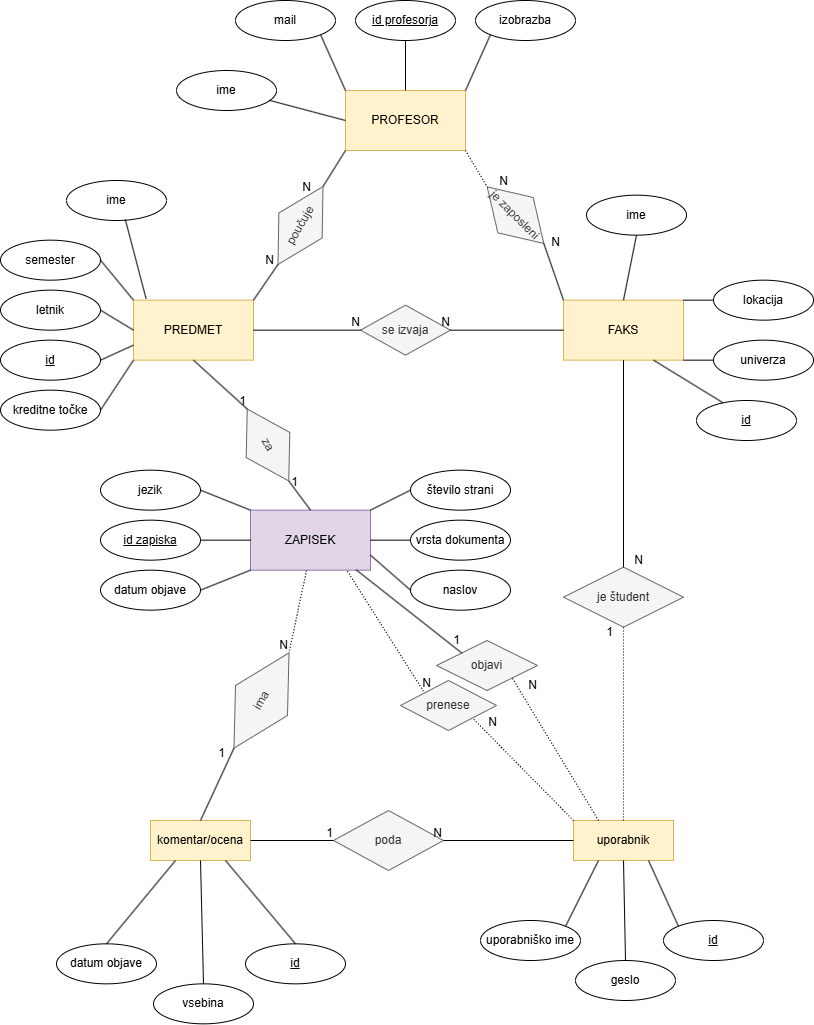
zivakurez/OPB-izmenjevalnica_zapiskov keeps this draw.io diagram as projektna_zapiski.png. Above is the earlier version. Source tidied: cells renumbered, new cells last; positions are measured from the earlier drawing's top-left corner, leaving out a move shared by most shapes.
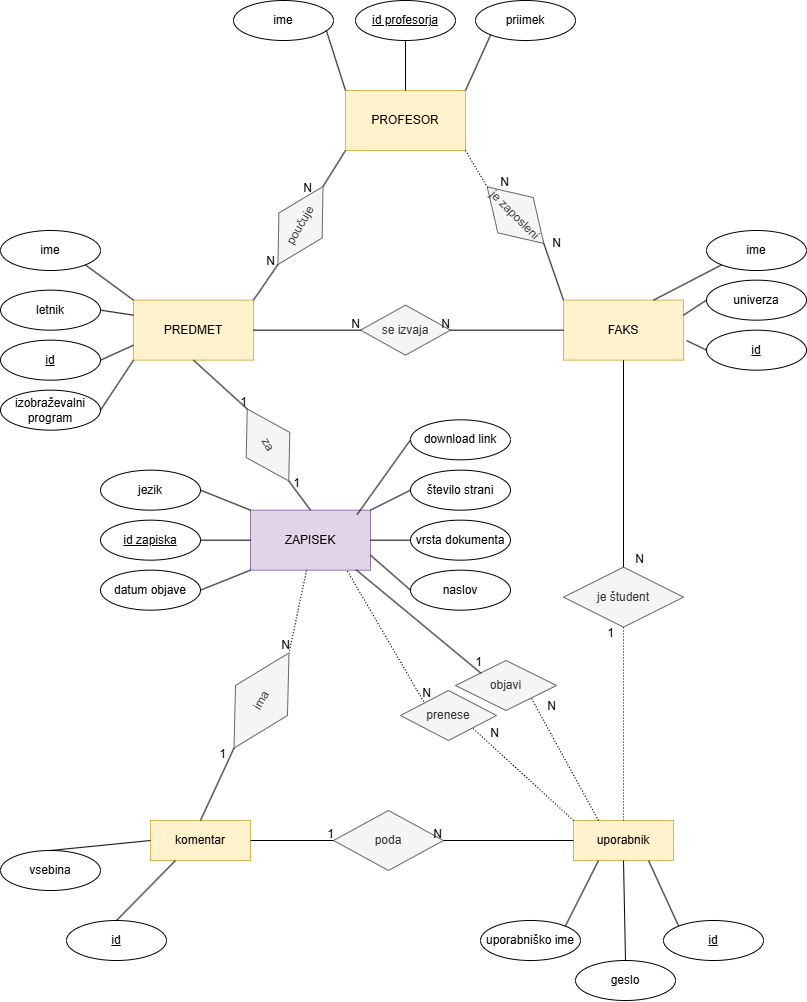
After the commit.

Commit message:
popravljen ER diagram

The edit, as a diff of the source:
```diff
@@ -38,9 +38,6 @@
     <mxCell id="13" style="endArrow=none;html=1;rounded=0;exitX=1;exitY=0;exitDx=0;exitDy=0;entryX=0;entryY=0.5;entryDx=0;entryDy=0;" parent="1" edge="1" source="2" target="7">
       <mxGeometry relative="1" as="geometry" />
     </mxCell>
-    <mxCell id="14" value="semester" style="ellipse;whiteSpace=wrap;html=1;align=center;" parent="1" vertex="1">
-      <mxGeometry y="239.7" width="100" height="40" as="geometry" />
-    </mxCell>
     <mxCell id="15" value="letnik" style="ellipse;whiteSpace=wrap;html=1;align=center;" parent="1" vertex="1">
       <mxGeometry y="289.7" width="100" height="40" as="geometry" />
     </mxCell>
@@ -81,18 +78,12 @@
     <mxCell id="26" value="N" style="html=1;whiteSpace=wrap;align=right;verticalAlign=bottom;" parent="25" vertex="1">
       <mxGeometry x="1" relative="1" as="geometry" />
     </mxCell>
-    <mxCell id="27" value="mail" style="ellipse;whiteSpace=wrap;html=1;align=center;" parent="1" vertex="1">
-      <mxGeometry x="235" width="100" height="40" as="geometry" />
-    </mxCell>
     <mxCell id="28" value="id profesorja" style="ellipse;whiteSpace=wrap;html=1;align=center;fontStyle=4;" parent="1" vertex="1">
       <mxGeometry x="355" width="100" height="40" as="geometry" />
     </mxCell>
-    <mxCell id="29" value="izobrazba" style="ellipse;whiteSpace=wrap;html=1;align=center;" parent="1" vertex="1">
+    <mxCell id="29" value="priimek" style="ellipse;whiteSpace=wrap;html=1;align=center;" parent="1" vertex="1">
       <mxGeometry x="475" width="100" height="40" as="geometry" />
     </mxCell>
-    <mxCell id="30" style="endArrow=none;html=1;rounded=0;exitX=1;exitY=1;exitDx=0;exitDy=0;entryX=0;entryY=0;entryDx=0;entryDy=0;" parent="1" edge="1" source="27" target="4">
-      <mxGeometry relative="1" as="geometry" />
-    </mxCell>
     <mxCell id="31" style="endArrow=none;html=1;rounded=0;exitX=0.5;exitY=1;exitDx=0;exitDy=0;entryX=0.5;entryY=0;entryDx=0;entryDy=0;" parent="1" edge="1" source="28" target="4">
       <mxGeometry relative="1" as="geometry" />
     </mxCell>
@@ -102,28 +93,19 @@
     <mxCell id="33" style="endArrow=none;html=1;rounded=0;exitX=1;exitY=0.5;exitDx=0;exitDy=0;entryX=0;entryY=0.75;entryDx=0;entryDy=0;" parent="1" edge="1" source="16" target="3">
       <mxGeometry relative="1" as="geometry" />
     </mxCell>
-    <mxCell id="34" style="endArrow=none;html=1;rounded=0;exitX=1;exitY=0.5;exitDx=0;exitDy=0;entryX=0;entryY=0.5;entryDx=0;entryDy=0;" parent="1" edge="1" source="15" target="3">
+    <mxCell id="34" style="endArrow=none;html=1;rounded=0;exitX=1;exitY=0.5;exitDx=0;exitDy=0;entryX=0;entryY=0.25;entryDx=0;entryDy=0;" parent="1" edge="1" source="15" target="3">
       <mxGeometry relative="1" as="geometry" />
     </mxCell>
-    <mxCell id="35" value="kreditne točke" style="ellipse;whiteSpace=wrap;html=1;align=center;" parent="1" vertex="1">
+    <mxCell id="35" value="izobraževalni program" style="ellipse;whiteSpace=wrap;html=1;align=center;" parent="1" vertex="1">
       <mxGeometry y="389.7" width="100" height="40" as="geometry" />
     </mxCell>
     <mxCell id="36" style="endArrow=none;html=1;rounded=0;entryX=0;entryY=1;entryDx=0;entryDy=0;exitX=1;exitY=0.5;exitDx=0;exitDy=0;" parent="1" edge="1" source="35" target="3">
       <mxGeometry relative="1" as="geometry" />
     </mxCell>
-    <mxCell id="37" style="endArrow=none;html=1;rounded=0;exitX=1;exitY=0.5;exitDx=0;exitDy=0;entryX=0;entryY=0;entryDx=0;entryDy=0;" parent="1" edge="1" source="14" target="3">
-      <mxGeometry relative="1" as="geometry" />
-    </mxCell>
-    <mxCell id="38" value="lokacija" style="ellipse;whiteSpace=wrap;html=1;align=center;" parent="1" vertex="1">
-      <mxGeometry x="713" y="279.7" width="100" height="40" as="geometry" />
-    </mxCell>
     <mxCell id="39" value="univerza" style="ellipse;whiteSpace=wrap;html=1;align=center;" parent="1" vertex="1">
-      <mxGeometry x="713" y="339.7" width="100" height="40" as="geometry" />
+      <mxGeometry x="706" y="279.7" width="100" height="40" as="geometry" />
     </mxCell>
-    <mxCell id="40" style="endArrow=none;html=1;rounded=0;exitX=1;exitY=0;exitDx=0;exitDy=0;entryX=0;entryY=0.5;entryDx=0;entryDy=0;" parent="1" edge="1" source="5" target="38">
-      <mxGeometry relative="1" as="geometry" />
-    </mxCell>
-    <mxCell id="41" style="endArrow=none;html=1;rounded=0;exitX=1;exitY=1;exitDx=0;exitDy=0;entryX=0;entryY=0.5;entryDx=0;entryDy=0;" parent="1" edge="1" source="5" target="39">
+    <mxCell id="41" style="endArrow=none;html=1;rounded=0;exitX=1;exitY=0.25;exitDx=0;exitDy=0;entryX=0;entryY=0.5;entryDx=0;entryDy=0;" parent="1" edge="1" source="5" target="39">
       <mxGeometry relative="1" as="geometry" />
     </mxCell>
     <mxCell id="42" style="endArrow=none;html=1;rounded=0;exitX=1;exitY=0.5;exitDx=0;exitDy=0;entryX=0;entryY=0.5;entryDx=0;entryDy=0;" parent="1" edge="1" source="3" target="24">
@@ -185,19 +167,13 @@
     <mxCell id="58" style="endArrow=none;html=1;rounded=0;exitX=0.75;exitY=1;exitDx=0;exitDy=0;entryX=0;entryY=0;entryDx=0;entryDy=0;" parent="1" edge="1" source="49" target="51">
       <mxGeometry relative="1" as="geometry" />
     </mxCell>
-    <mxCell id="59" value="komentar/ocena" style="whiteSpace=wrap;html=1;align=center;fillColor=#fff2cc;strokeColor=#d6b656;" parent="1" vertex="1">
+    <mxCell id="59" value="komentar" style="whiteSpace=wrap;html=1;align=center;fillColor=#fff2cc;strokeColor=#d6b656;" parent="1" vertex="1">
       <mxGeometry x="150" y="820" width="100" height="40" as="geometry" />
     </mxCell>
-    <mxCell id="60" value="datum objave" style="ellipse;whiteSpace=wrap;html=1;align=center;" parent="1" vertex="1">
-      <mxGeometry x="56" y="943.3" width="100" height="40" as="geometry" />
-    </mxCell>
     <mxCell id="61" value="id" style="ellipse;whiteSpace=wrap;html=1;align=center;fontStyle=4;" parent="1" vertex="1">
-      <mxGeometry x="245" y="943.3" width="100" height="40" as="geometry" />
+      <mxGeometry x="66" y="920" width="100" height="40" as="geometry" />
     </mxCell>
-    <mxCell id="62" style="endArrow=none;html=1;rounded=0;exitX=0.5;exitY=0;exitDx=0;exitDy=0;entryX=0.25;entryY=1;entryDx=0;entryDy=0;" parent="1" edge="1" source="60" target="59">
-      <mxGeometry relative="1" as="geometry" />
-    </mxCell>
-    <mxCell id="63" style="endArrow=none;html=1;rounded=0;exitX=0.5;exitY=0;exitDx=0;exitDy=0;entryX=0.75;entryY=1;entryDx=0;entryDy=0;" parent="1" edge="1" source="61" target="59">
+    <mxCell id="63" style="endArrow=none;html=1;rounded=0;exitX=0.5;exitY=0;exitDx=0;exitDy=0;entryX=0.25;entryY=1;entryDx=0;entryDy=0;" parent="1" edge="1" source="61" target="59">
       <mxGeometry relative="1" as="geometry" />
     </mxCell>
     <mxCell id="64" value="poda" style="shape=rhombus;perimeter=rhombusPerimeter;whiteSpace=wrap;html=1;align=center;fillColor=#f5f5f5;fontColor=#333333;strokeColor=#666666;" parent="1" vertex="1">
@@ -216,13 +192,13 @@
       <mxGeometry x="1" relative="1" as="geometry" />
     </mxCell>
     <mxCell id="69" value="vsebina" style="ellipse;whiteSpace=wrap;html=1;align=center;" parent="1" vertex="1">
-      <mxGeometry x="153" y="983.3" width="100" height="40" as="geometry" />
+      <mxGeometry y="850" width="100" height="40" as="geometry" />
     </mxCell>
-    <mxCell id="70" style="endArrow=none;html=1;rounded=0;exitX=0.5;exitY=1;exitDx=0;exitDy=0;entryX=0.5;entryY=0;entryDx=0;entryDy=0;" parent="1" edge="1" source="59" target="69">
+    <mxCell id="70" style="endArrow=none;html=1;rounded=0;exitX=0;exitY=0.5;exitDx=0;exitDy=0;entryX=0.5;entryY=0;entryDx=0;entryDy=0;" parent="1" edge="1" source="59" target="69">
       <mxGeometry relative="1" as="geometry" />
     </mxCell>
     <mxCell id="71" value="objavi" style="shape=rhombus;perimeter=rhombusPerimeter;whiteSpace=wrap;html=1;align=center;fillColor=#f5f5f5;fontColor=#333333;strokeColor=#666666;" parent="1" vertex="1">
-      <mxGeometry x="436" y="640" width="101" height="50" as="geometry" />
+      <mxGeometry x="455" y="660" width="101" height="50" as="geometry" />
     </mxCell>
     <mxCell id="72" style="endArrow=none;html=1;rounded=0;exitX=0.881;exitY=0.995;exitDx=0;exitDy=0;entryX=0;entryY=0;entryDx=0;entryDy=0;exitPerimeter=0;" parent="1" edge="1" source="2" target="71">
       <mxGeometry relative="1" as="geometry" />
@@ -241,7 +217,7 @@
       </mxGeometry>
     </mxCell>
     <mxCell id="76" value="prenese" style="shape=rhombus;perimeter=rhombusPerimeter;whiteSpace=wrap;html=1;align=center;fillColor=#f5f5f5;fontColor=#333333;strokeColor=#666666;" parent="1" vertex="1">
-      <mxGeometry x="400" y="680" width="96" height="50" as="geometry" />
+      <mxGeometry x="400" y="690" width="96" height="50" as="geometry" />
     </mxCell>
     <mxCell id="77" style="endArrow=none;html=1;rounded=0;dashed=1;dashPattern=1 2;entryX=1;entryY=1;entryDx=0;entryDy=0;exitX=0;exitY=0;exitDx=0;exitDy=0;" parent="1" edge="1" source="49" target="76">
       <mxGeometry relative="1" as="geometry" />
@@ -269,21 +245,21 @@
       <mxGeometry x="206" y="670" width="110" height="60" as="geometry" />
     </mxCell>
     <mxCell id="84" value="ime" style="ellipse;whiteSpace=wrap;html=1;align=center;" parent="1" vertex="1">
-      <mxGeometry x="176" y="70" width="100" height="40" as="geometry" />
+      <mxGeometry x="233" width="100" height="40" as="geometry" />
     </mxCell>
-    <mxCell id="85" style="endArrow=none;html=1;rounded=0;exitX=0.928;exitY=0.745;exitDx=0;exitDy=0;exitPerimeter=0;entryX=0;entryY=0.5;entryDx=0;entryDy=0;" parent="1" edge="1" source="84" target="4">
+    <mxCell id="85" style="endArrow=none;html=1;rounded=0;exitX=0.928;exitY=0.745;exitDx=0;exitDy=0;exitPerimeter=0;entryX=0;entryY=0;entryDx=0;entryDy=0;" parent="1" edge="1" source="84" target="4">
       <mxGeometry relative="1" as="geometry" />
     </mxCell>
     <mxCell id="86" value="ime" style="ellipse;whiteSpace=wrap;html=1;align=center;" parent="1" vertex="1">
-      <mxGeometry x="66" y="180" width="100" height="40" as="geometry" />
+      <mxGeometry y="230" width="100" height="40" as="geometry" />
     </mxCell>
-    <mxCell id="87" style="endArrow=none;html=1;rounded=0;exitX=0.588;exitY=0.975;exitDx=0;exitDy=0;exitPerimeter=0;entryX=0.105;entryY=-0.024;entryDx=0;entryDy=0;entryPerimeter=0;" parent="1" edge="1" source="86" target="3">
+    <mxCell id="87" style="endArrow=none;html=1;rounded=0;exitX=1;exitY=1;exitDx=0;exitDy=0;entryX=0;entryY=0;entryDx=0;entryDy=0;" parent="1" edge="1" source="86" target="3">
       <mxGeometry relative="1" as="geometry" />
     </mxCell>
     <mxCell id="88" value="ime" style="ellipse;whiteSpace=wrap;html=1;align=center;" parent="1" vertex="1">
-      <mxGeometry x="586" y="194.7" width="100" height="40" as="geometry" />
+      <mxGeometry x="706" y="230" width="100" height="40" as="geometry" />
     </mxCell>
-    <mxCell id="89" style="endArrow=none;html=1;rounded=0;exitX=0.5;exitY=1;exitDx=0;exitDy=0;entryX=0.5;entryY=0;entryDx=0;entryDy=0;" parent="1" edge="1" source="88" target="5">
+    <mxCell id="89" style="endArrow=none;html=1;rounded=0;exitX=0;exitY=1;exitDx=0;exitDy=0;entryX=0.75;entryY=0;entryDx=0;entryDy=0;" parent="1" edge="1" source="88" target="5">
       <mxGeometry relative="1" as="geometry" />
     </mxCell>
     <mxCell id="90" value="za" style="shape=rhombus;perimeter=rhombusPerimeter;whiteSpace=wrap;html=1;align=center;rotation=60;fillColor=#f5f5f5;fontColor=#333333;strokeColor=#666666;" parent="1" vertex="1">
@@ -312,10 +288,12 @@
       <mxGeometry x="1" relative="1" as="geometry" />
     </mxCell>
     <mxCell id="97" value="id" style="ellipse;whiteSpace=wrap;html=1;align=center;fontStyle=4;" parent="1" vertex="1">
-      <mxGeometry x="696" y="400" width="100" height="40" as="geometry" />
+      <mxGeometry x="706" y="329.7" width="100" height="40" as="geometry" />
     </mxCell>
-    <mxCell id="98" style="endArrow=none;html=1;rounded=0;exitX=0.75;exitY=1;exitDx=0;exitDy=0;entryX=0.264;entryY=0.055;entryDx=0;entryDy=0;entryPerimeter=0;" parent="1" edge="1" source="5" target="97">
-      <mxGeometry relative="1" as="geometry" />
+    <mxCell id="98" style="endArrow=none;html=1;rounded=0;entryX=0;entryY=0.5;entryDx=0;entryDy=0;" parent="1" edge="1" target="97">
+      <mxGeometry relative="1" as="geometry">
+        <mxPoint x="686" y="340" as="sourcePoint" />
+      </mxGeometry>
     </mxCell>
     <mxCell id="99" value="geslo" style="ellipse;whiteSpace=wrap;html=1;align=center;" parent="1" vertex="1">
       <mxGeometry x="575" y="960" width="100" height="40" as="geometry" />
@@ -331,5 +309,11 @@
         <mxPoint x="-8" y="13" as="offset" />
       </mxGeometry>
     </mxCell>
+    <mxCell id="103" value="download link" style="ellipse;whiteSpace=wrap;html=1;align=center;" parent="1" vertex="1">
+      <mxGeometry x="410" y="419.3" width="100" height="40" as="geometry" />
+    </mxCell>
+    <mxCell id="104" style="endArrow=none;html=1;rounded=0;entryX=0;entryY=0.5;entryDx=0;entryDy=0;exitX=0.888;exitY=0.074;exitDx=0;exitDy=0;exitPerimeter=0;" parent="1" edge="1" source="2" target="103">
+      <mxGeometry relative="1" as="geometry" />
+    </mxCell>
   </root>
 </mxGraphModel>
```
